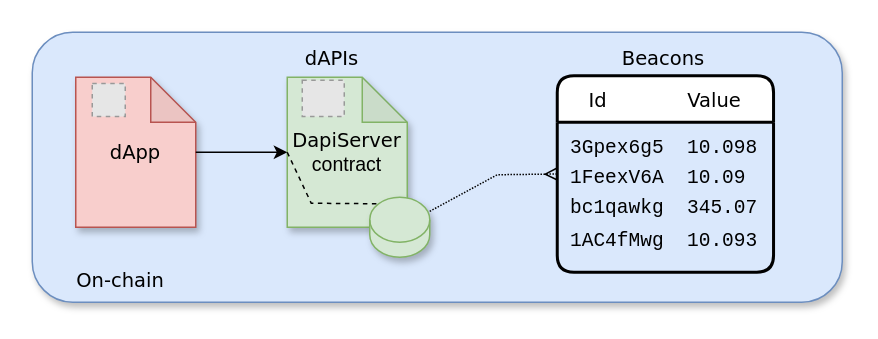
This is docs/dapis/assets/diagrams/dapp-beacon.drawio from api3dao/old-api3-docs, a draw.io file, before an edit. Source tidied: cells renumbered, new cells numbered last; positions are measured from the earlier drawing's top-left corner, leaving out a move shared by most shapes. Both pictures are drawn from the tidied source at 150%, with x=0, y=0 at pixel (32, 32). Pictures stored in the file or linked from it are replaced by grey dashed boxes.
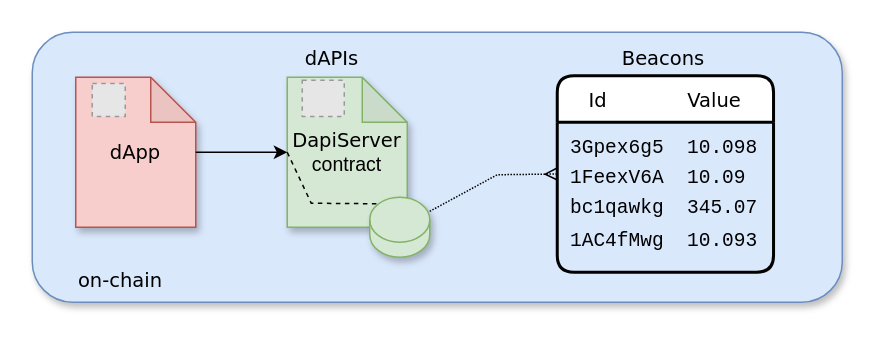
After the change.

Commit message (it also covers changes not shown here):
Chain caps "on-chain"

Change to the diagram source:
```diff
@@
-    <mxCell id="7" value="&lt;font face=&quot;Verdana&quot; style=&quot;font-size: 13px&quot;&gt;On-chain&lt;/font&gt;" style="text;html=1;strokeColor=none;fillColor=none;align=center;verticalAlign=middle;whiteSpace=wrap;rounded=0;shadow=1;fontSize=14;" parent="1" vertex="1">
+    <mxCell id="7" value="&lt;font face=&quot;Verdana&quot; style=&quot;font-size: 13px&quot;&gt;on-chain&lt;/font&gt;" style="text;html=1;strokeColor=none;fillColor=none;align=center;verticalAlign=middle;whiteSpace=wrap;rounded=0;shadow=1;fontSize=14;" parent="1" vertex="1">
       <mxGeometry x="9" y="150" width="100" height="30" as="geometry" />
     </mxCell>
```
